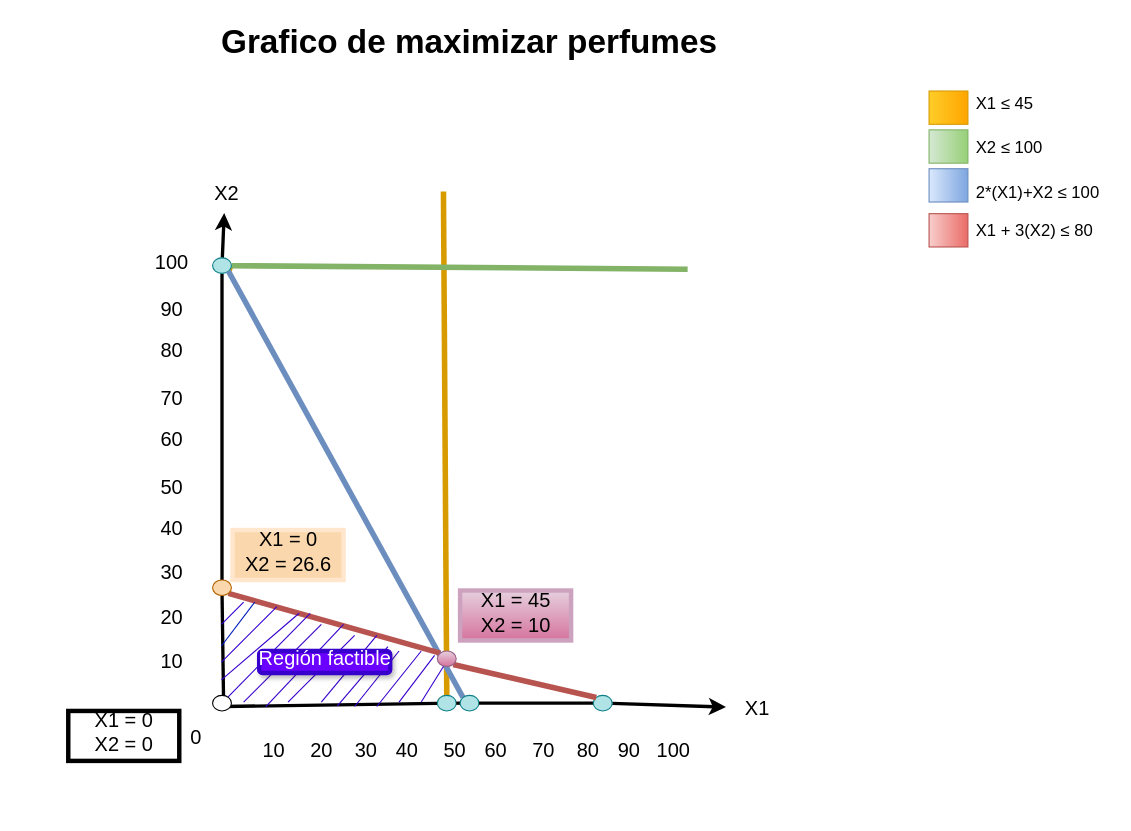
EGHFran/EGHFran keeps this draw.io diagram as Diagrama sin título.drawio. Above is the earlier version. Source tidied: cells renumbered, new cells numbered last; positions are measured from the earlier drawing's top-left corner, leaving out a move shared by most shapes. Both pictures are drawn from the tidied source at 111%, with x=0, y=0 at pixel (19, 18).
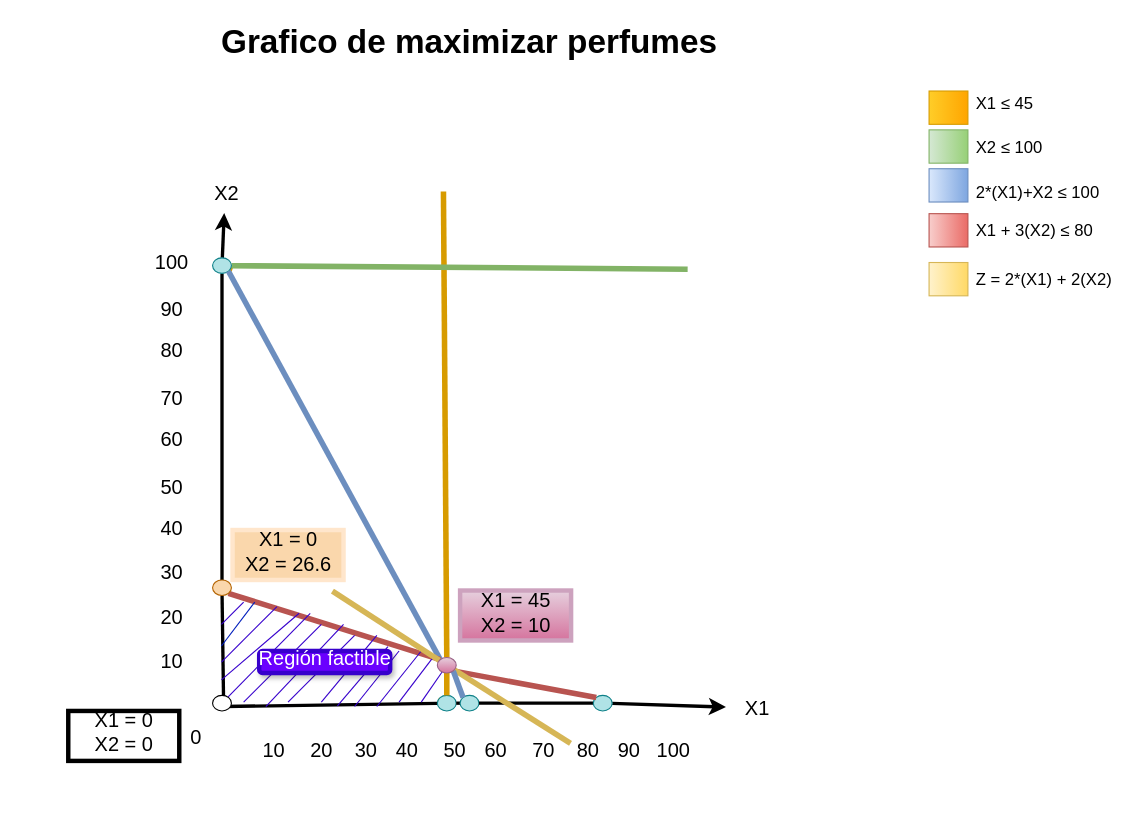
Above is the later version.

The change refers to these unchanged cells:
```xml
<mxCell id="30" value="80" style="text;spacingTop=-5;align=center;verticalAlign=middle;fontStyle=0;html=1;fontSize=18;points=[];" parent="1" vertex="1">
  <mxGeometry x="496.5" y="635.5" width="30" height="54.5" as="geometry" />
</mxCell>
<mxCell id="36" style="ellipse;whiteSpace=wrap;html=1;fillColor=#b0e3e6;strokeColor=#0e8088;" parent="1" vertex="1">
  <mxGeometry x="376.5" y="610" width="17" height="14" as="geometry" />
</mxCell>
<mxCell id="43" style="ellipse;whiteSpace=wrap;html=1;fillColor=#b0e3e6;strokeColor=#0e8088;" parent="1" vertex="1">
  <mxGeometry x="174" y="215.8" width="17" height="14" as="geometry" />
</mxCell>
<mxCell id="46" style="ellipse;whiteSpace=wrap;html=1;fillColor=#b0e3e6;strokeColor=#0e8088;" parent="1" vertex="1">
  <mxGeometry x="397" y="610" width="17" height="14" as="geometry" />
</mxCell>
```

The edit, as a diff of the source:
```diff
@@
-    <mxCell id="33" style="endArrow=none;html=1;strokeWidth=5;rounded=0;fillColor=#ffcd28;gradientColor=#ffa500;strokeColor=#d79b00;startArrow=none;exitX=0.5;exitY=0;exitDx=0;exitDy=0;" parent="1" edge="1" source="36">
+    <mxCell id="33" style="endArrow=none;html=1;strokeWidth=5;rounded=0;fillColor=#ffcd28;gradientColor=#ffa500;strokeColor=#d79b00;startArrow=none;exitX=0.5;exitY=0;exitDx=0;exitDy=0;" parent="1" edge="1" source="53">
       <mxGeometry relative="1" as="geometry">
         <mxPoint x="382" y="156" as="targetPoint" />
       </mxGeometry>
     </mxCell>
@@
-    <mxCell id="44" style="endArrow=none;html=1;strokeWidth=5;rounded=0;fillColor=#dae8fc;gradientColor=#7ea6e0;strokeColor=#6c8ebf;startArrow=none;entryX=1;entryY=1;entryDx=0;entryDy=0;exitX=0;exitY=0;exitDx=0;exitDy=0;" parent="1" edge="1" source="46" target="43">
+    <mxCell id="44" style="endArrow=none;html=1;strokeWidth=5;rounded=0;fillColor=#dae8fc;gradientColor=#7ea6e0;strokeColor=#6c8ebf;startArrow=none;entryX=1;entryY=1;entryDx=0;entryDy=0;exitX=0;exitY=0;exitDx=0;exitDy=0;" parent="1" edge="1" source="53" target="43">
       <mxGeometry relative="1" as="geometry" />
     </mxCell>
@@
-    <mxCell id="53" style="ellipse;whiteSpace=wrap;html=1;fillColor=#e6d0de;strokeColor=#996185;gradientColor=#d5739d;" parent="1" vertex="1">
-      <mxGeometry x="376.5" y="570" width="17" height="14" as="geometry" />
-    </mxCell>
@@
-    <mxCell id="65" style="endArrow=none;html=1;rounded=0;fillColor=#6a00ff;strokeColor=#3700CC;" parent="1" edge="1">
+    <mxCell id="65" style="endArrow=none;html=1;rounded=0;fillColor=#6a00ff;strokeColor=#3700CC;" parent="1" edge="1" source="53">
       <mxGeometry relative="1" as="geometry">
-        <mxPoint x="362" y="616" as="sourcePoint" />
         <mxPoint x="382" y="584" as="targetPoint" />
       </mxGeometry>
     </mxCell>
@@
+    <mxCell id="74" style="whiteSpace=wrap;fillColor=#fff2cc;gradientDirection=east;strokeColor=#d6b656;html=1;gradientColor=#ffd966;" parent="1" vertex="1">
+      <mxGeometry x="819.5" y="220" width="35" height="30" as="geometry" />
+    </mxCell>
+    <mxCell id="75" value="Z = 2*(X1) + 2(X2) " style="text;spacingTop=-5;html=1;fontSize=15;" parent="1" vertex="1">
+      <mxGeometry x="859.5" y="225" width="80" height="20" as="geometry" />
+    </mxCell>
+    <mxCell id="76" style="endArrow=none;html=1;strokeWidth=5;rounded=0;fillColor=#fff2cc;strokeColor=#d6b656;startArrow=none;gradientColor=#ffd966;" parent="1" edge="1" source="53">
+      <mxGeometry relative="1" as="geometry">
+        <mxPoint x="282" y="516" as="targetPoint" />
+      </mxGeometry>
+    </mxCell>
+    <mxCell id="77" style="endArrow=none;html=1;strokeWidth=5;rounded=0;fillColor=#fff2cc;strokeColor=#d6b656;startArrow=none;gradientColor=#ffd966;" parent="1" edge="1" source="30" target="53">
+      <mxGeometry relative="1" as="geometry" />
+    </mxCell>
+    <mxCell id="78" style="endArrow=none;html=1;strokeWidth=5;rounded=0;fillColor=#dae8fc;gradientColor=#7ea6e0;strokeColor=#6c8ebf;startArrow=none;entryX=1;entryY=1;entryDx=0;entryDy=0;exitX=0;exitY=0;exitDx=0;exitDy=0;" parent="1" edge="1" source="46" target="53">
+      <mxGeometry relative="1" as="geometry" />
+    </mxCell>
+    <mxCell id="79" style="endArrow=none;html=1;strokeWidth=5;rounded=0;fillColor=#ffcd28;gradientColor=#ffa500;strokeColor=#d79b00;startArrow=none;exitX=0.5;exitY=0;exitDx=0;exitDy=0;" parent="1" edge="1" source="36" target="53">
+      <mxGeometry relative="1" as="geometry" />
+    </mxCell>
+    <mxCell id="80" style="endArrow=none;html=1;rounded=0;fillColor=#6a00ff;strokeColor=#3700CC;" parent="1" edge="1" target="53">
+      <mxGeometry relative="1" as="geometry">
+        <mxPoint x="362" y="616" as="sourcePoint" />
+      </mxGeometry>
+    </mxCell>
+    <mxCell id="53" style="ellipse;whiteSpace=wrap;html=1;fillColor=#e6d0de;strokeColor=#996185;gradientColor=#d5739d;" parent="1" vertex="1">
+      <mxGeometry x="376.5" y="575.8" width="17" height="14" as="geometry" />
+    </mxCell>
```
